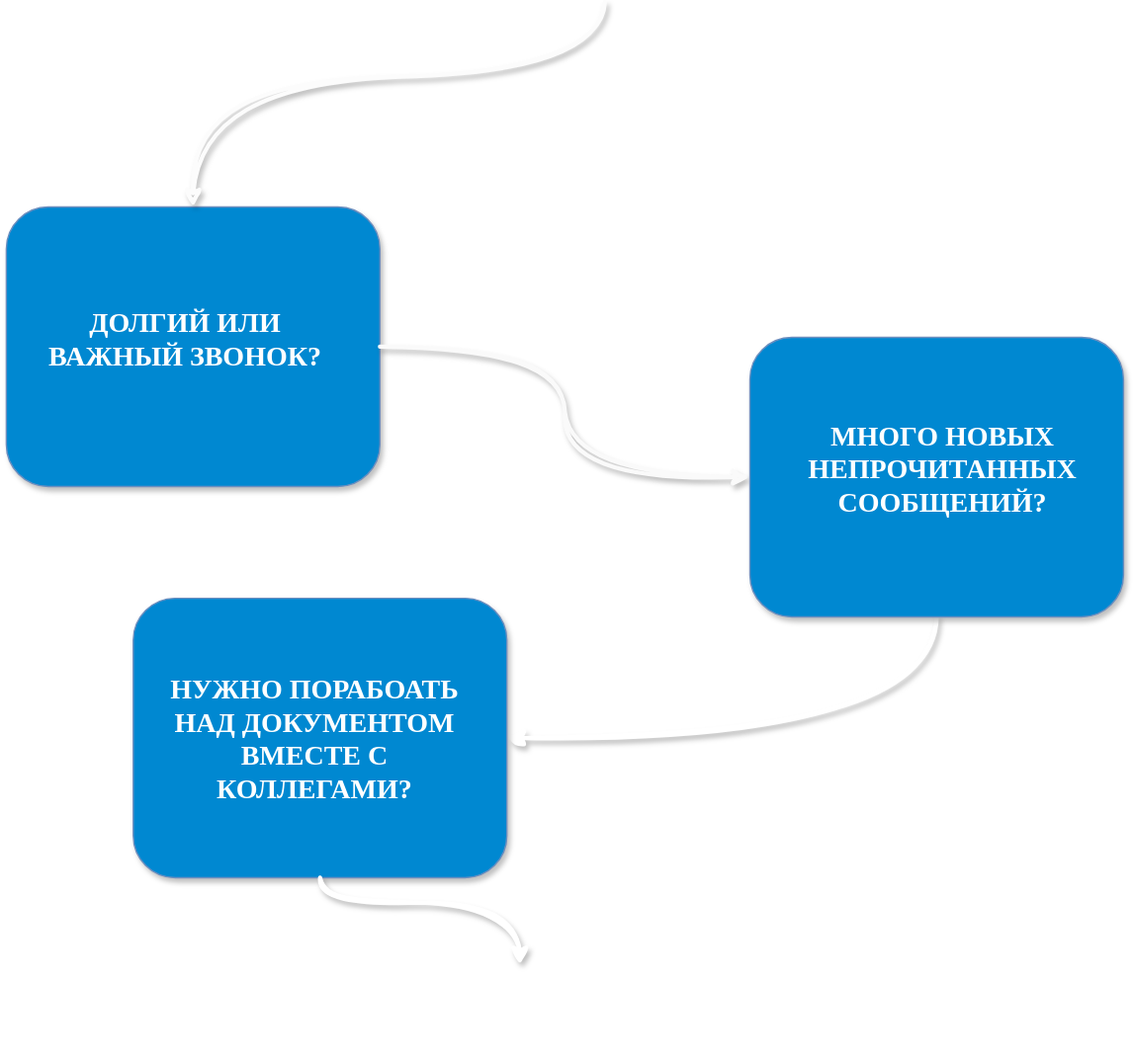
GodofRussia/Archipelago-WEB keeps this draw.io diagram as public/points.svg. Above is the earlier version. Source tidied: cells renumbered, new cells last; positions are measured from the earlier drawing's top-left corner, leaving out a move shared by most shapes.
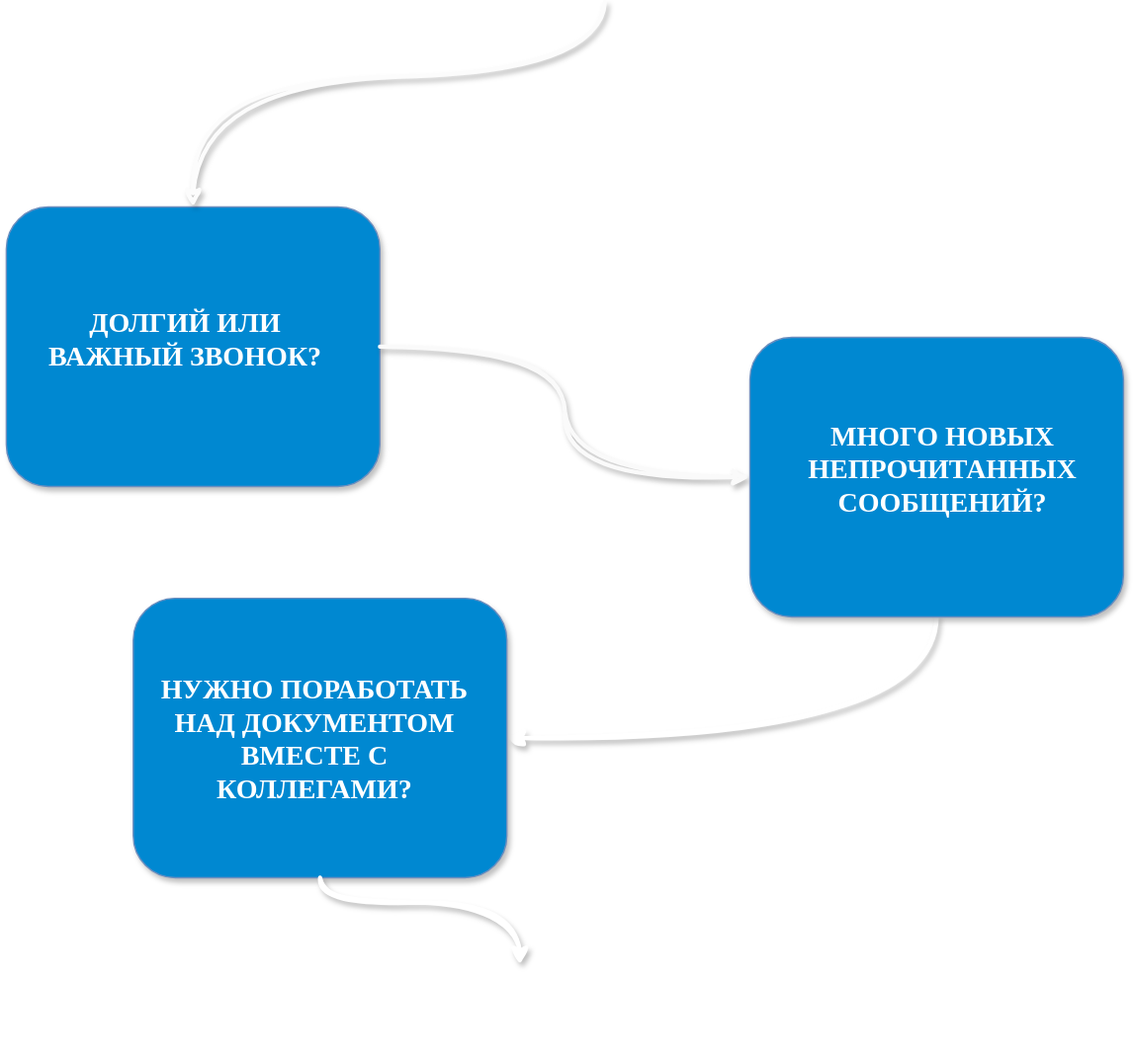
After the commit.

Commit message:
fix svg and del contacts

The edit, as a diff of the source:
```diff
@@ -35,7 +35,7 @@
     <mxCell id="10" value="&lt;font style=&quot;font-size: 20px;&quot; face=&quot;Verdana&quot; color=&quot;#ffffff&quot;&gt;&lt;b&gt;МНОГО НОВЫХ НЕПРОЧИТАННЫХ СООБЩЕНИЙ?&lt;br&gt;&lt;/b&gt;&lt;/font&gt;" style="text;html=1;align=center;verticalAlign=middle;whiteSpace=wrap;rounded=0;" parent="2" vertex="1">
       <mxGeometry x="563" y="302" width="227" height="70" as="geometry" />
     </mxCell>
-    <mxCell id="11" value="&lt;font style=&quot;font-size: 20px;&quot; color=&quot;#ffffff&quot; face=&quot;Verdana&quot;&gt;&lt;b&gt;НУЖНО ПОРАБОАТЬ НАД ДОКУМЕНТОМ ВМЕСТЕ С КОЛЛЕГАМИ?&lt;br&gt;&lt;/b&gt;&lt;/font&gt;" style="text;html=1;align=center;verticalAlign=middle;whiteSpace=wrap;rounded=0;" parent="2" vertex="1">
+    <mxCell id="11" value="&lt;font style=&quot;font-size: 20px;&quot; color=&quot;#ffffff&quot; face=&quot;Verdana&quot;&gt;&lt;b&gt;НУЖНО ПОРАБОТАТЬ НАД ДОКУМЕНТОМ ВМЕСТЕ С КОЛЛЕГАМИ?&lt;br&gt;&lt;/b&gt;&lt;/font&gt;" style="text;html=1;align=center;verticalAlign=middle;whiteSpace=wrap;rounded=0;" parent="2" vertex="1">
       <mxGeometry x="107" y="453.2" width="231.6" height="157.5" as="geometry" />
     </mxCell>
     <mxCell id="12" style="endArrow=classic;html=1;rounded=0;strokeWidth=3;shadow=1;textShadow=1;jumpStyle=arc;flowAnimation=0;sketch=1;curveFitting=1;jiggle=2;edgeStyle=orthogonalEdgeStyle;curved=1;exitX=0.5;exitY=1;exitDx=0;exitDy=0;strokeColor=#FFFFFF;" parent="1" edge="1" source="8">
```
